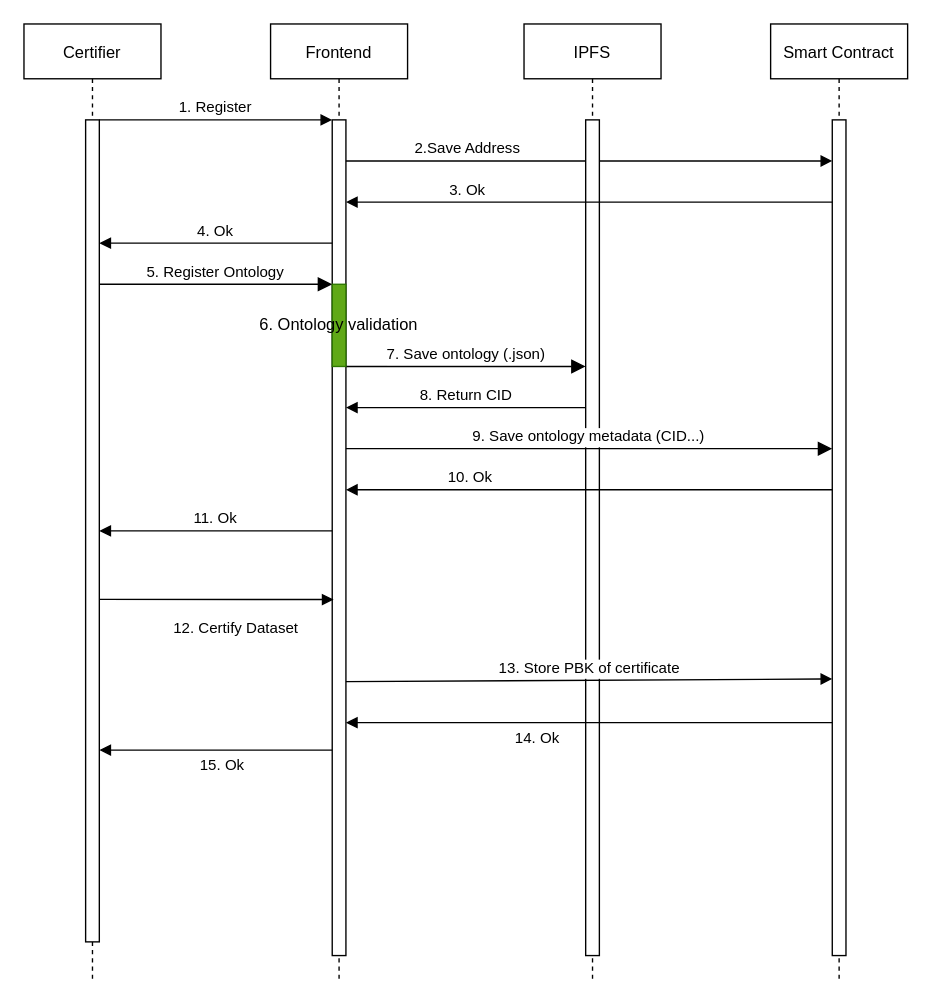
taia-x/taia-x keeps this draw.io diagram as diagrams/sequence_diagram/certifier.drawio. Above is the earlier version. Source tidied: cells renumbered, new cells numbered last; positions are measured from the earlier drawing's top-left corner, leaving out a move shared by most shapes. Both pictures are drawn from the tidied source at 137%, with x=0, y=0 at pixel (23, 23).
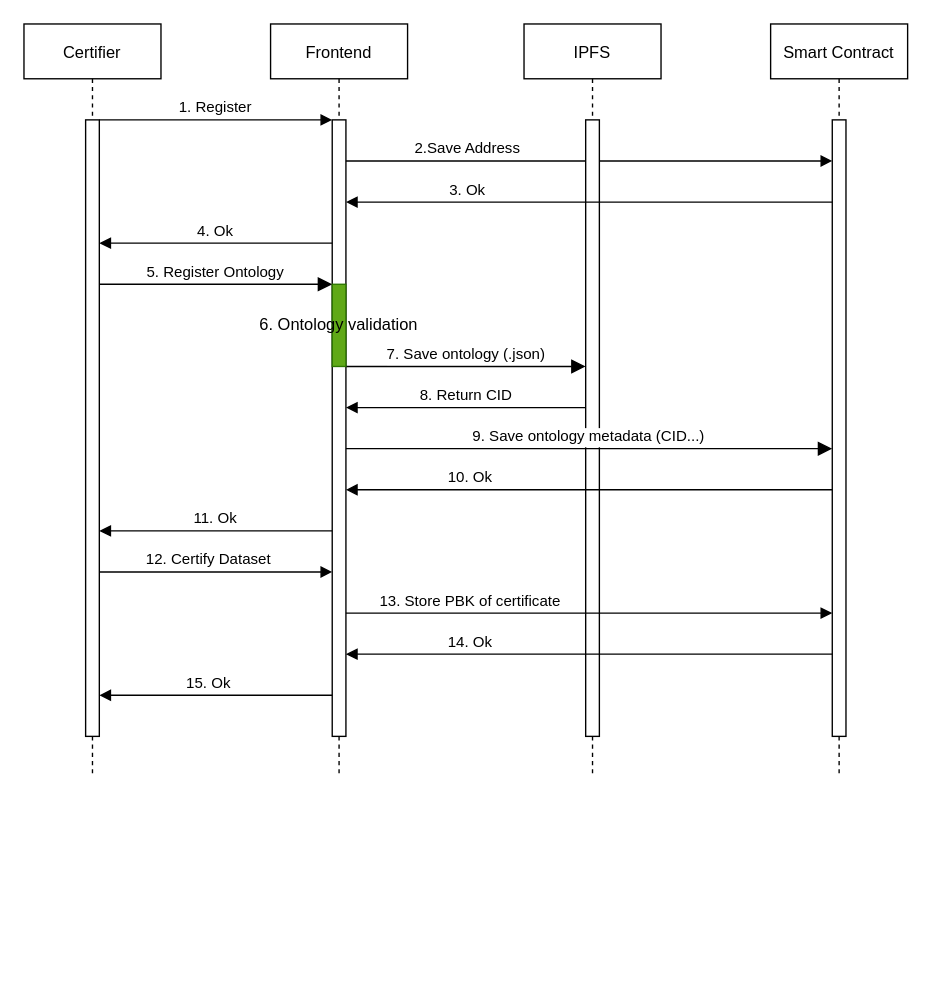
The same diagram, later.

Diff of the diagram source:
```diff
@@
     <mxCell id="2" value="Certifier" style="shape=umlLifeline;perimeter=lifelinePerimeter;rounded=0;shadow=0;strokeWidth=1;" parent="1" vertex="1">
-      <mxGeometry width="100" height="700" as="geometry" />
+      <mxGeometry width="100" height="550" as="geometry" />
     </mxCell>
     <mxCell id="3" style="points=[];perimeter=orthogonalPerimeter;rounded=0;shadow=0;strokeWidth=1;" parent="2" vertex="1">
-      <mxGeometry x="45" y="70" width="10" height="600" as="geometry" />
+      <mxGeometry x="45" y="70" width="10" height="450" as="geometry" />
     </mxCell>
     <mxCell id="4" value="Frontend" style="shape=umlLifeline;perimeter=lifelinePerimeter;rounded=0;shadow=0;strokeWidth=1;" parent="1" vertex="1">
-      <mxGeometry x="180" width="100" height="700" as="geometry" />
+      <mxGeometry x="180" width="100" height="550" as="geometry" />
     </mxCell>
     <mxCell id="5" style="points=[];perimeter=orthogonalPerimeter;rounded=0;shadow=0;strokeWidth=1;" parent="4" vertex="1">
-      <mxGeometry x="45" y="70" width="10" height="610" as="geometry" />
+      <mxGeometry x="45" y="70" width="10" height="450" as="geometry" />
     </mxCell>
@@
     <mxCell id="8" value="IPFS" style="shape=umlLifeline;perimeter=lifelinePerimeter;rounded=0;shadow=0;strokeWidth=1;" parent="1" vertex="1">
-      <mxGeometry x="365" width="100" height="700" as="geometry" />
+      <mxGeometry x="365" width="100" height="550" as="geometry" />
     </mxCell>
     <mxCell id="9" style="points=[];perimeter=orthogonalPerimeter;rounded=0;shadow=0;strokeWidth=1;" parent="8" vertex="1">
-      <mxGeometry x="45" y="70" width="10" height="610" as="geometry" />
+      <mxGeometry x="45" y="70" width="10" height="450" as="geometry" />
     </mxCell>
     <mxCell id="10" value="Smart Contract" style="shape=umlLifeline;perimeter=lifelinePerimeter;rounded=0;shadow=0;strokeWidth=1;" parent="1" vertex="1">
-      <mxGeometry x="545" width="100" height="700" as="geometry" />
+      <mxGeometry x="545" width="100" height="550" as="geometry" />
     </mxCell>
     <mxCell id="11" style="points=[];perimeter=orthogonalPerimeter;rounded=0;shadow=0;strokeWidth=1;" parent="10" vertex="1">
-      <mxGeometry x="45" y="70" width="10" height="610" as="geometry" />
+      <mxGeometry x="45" y="70" width="10" height="450" as="geometry" />
     </mxCell>
@@
-    <mxCell id="22" value="12. Certify Dataset" style="verticalAlign=bottom;endArrow=block;shadow=0;strokeWidth=1;entryX=0.1;entryY=0.574;entryDx=0;entryDy=0;entryPerimeter=0;" parent="1" edge="1" target="5">
-      <mxGeometry x="0.17" y="-30" relative="1" as="geometry">
-        <mxPoint x="55" y="420" as="sourcePoint" />
+    <mxCell id="22" value="12. Certify Dataset" style="verticalAlign=bottom;endArrow=block;shadow=0;strokeWidth=1;" parent="1" edge="1" source="3" target="5">
+      <mxGeometry x="-0.06" relative="1" as="geometry">
+        <Array as="points">
+          <mxPoint x="85" y="400" />
+        </Array>
       </mxGeometry>
     </mxCell>
-    <mxCell id="23" value="13. Store PBK of certificate" style="verticalAlign=bottom;endArrow=block;shadow=0;strokeWidth=1;entryX=0;entryY=0.669;entryDx=0;entryDy=0;entryPerimeter=0;" parent="1" edge="1" target="11">
-      <mxGeometry relative="1" as="geometry">
-        <mxPoint x="235" y="480" as="sourcePoint" />
+    <mxCell id="23" value="13. Store PBK of certificate" style="verticalAlign=bottom;endArrow=block;shadow=0;strokeWidth=1;" parent="1" edge="1" source="5" target="11">
+      <mxGeometry x="-0.49" relative="1" as="geometry">
+        <Array as="points">
+          <mxPoint x="285" y="430" />
+          <mxPoint x="485" y="430" />
+        </Array>
       </mxGeometry>
     </mxCell>
     <mxCell id="24" value="14. Ok" style="verticalAlign=bottom;endArrow=none;shadow=0;strokeWidth=1;startArrow=block;startFill=1;endFill=0;" parent="1" edge="1">
-      <mxGeometry x="-0.21" y="-20" relative="1" as="geometry">
-        <mxPoint x="235" y="510" as="sourcePoint" />
-        <mxPoint x="590" y="510" as="targetPoint" />
+      <mxGeometry x="-0.49" relative="1" as="geometry">
+        <mxPoint x="235" y="460" as="sourcePoint" />
+        <mxPoint x="590" y="460" as="targetPoint" />
         <Array as="points">
-          <mxPoint x="365" y="510" />
-          <mxPoint x="465" y="510" />
-          <mxPoint x="495" y="510" />
+          <mxPoint x="365" y="460" />
+          <mxPoint x="465" y="460" />
+          <mxPoint x="495" y="460" />
         </Array>
       </mxGeometry>
     </mxCell>
     <mxCell id="25" value="15. Ok" style="verticalAlign=bottom;endArrow=block;shadow=0;strokeWidth=1;exitX=0;exitY=0.214;exitDx=0;exitDy=0;exitPerimeter=0;" parent="1" edge="1">
-      <mxGeometry x="-0.06" y="20" relative="1" as="geometry">
-        <mxPoint x="225" y="530" as="sourcePoint" />
-        <mxPoint x="55" y="530" as="targetPoint" />
+      <mxGeometry x="0.06" relative="1" as="geometry">
+        <mxPoint x="225" y="490" as="sourcePoint" />
+        <mxPoint x="55" y="490" as="targetPoint" />
       </mxGeometry>
     </mxCell>
```
